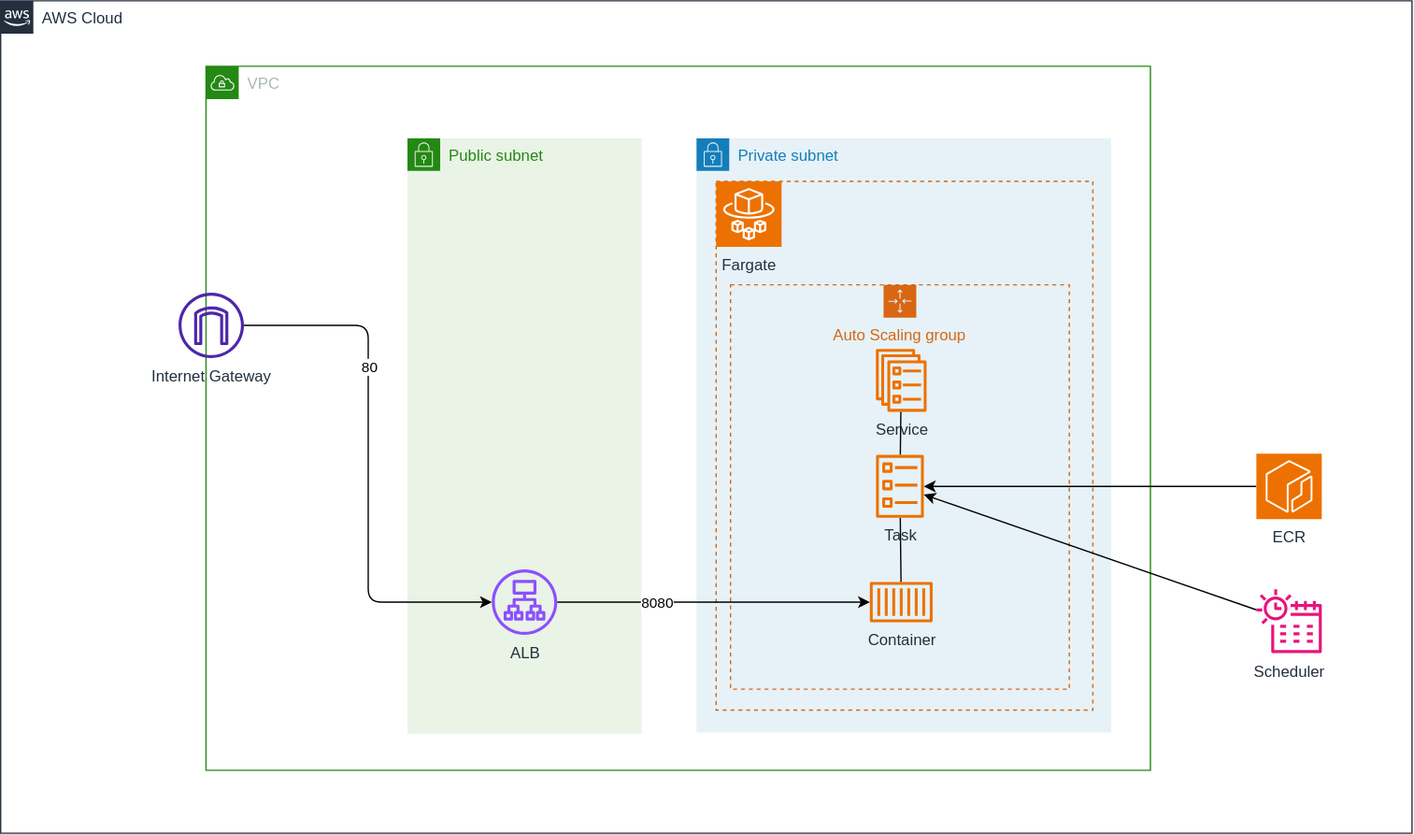
Earlier version of the draw.io export infrastructure/cdk-workspaces/workspaces/ecs-fargate-alb/overview.drawio.svg (ishiharatma/aws-cdk-reference-architectures). Source tidied: cells renumbered, new cells last; positions are measured from the earlier drawing's top-left corner, leaving out a move shared by most shapes.
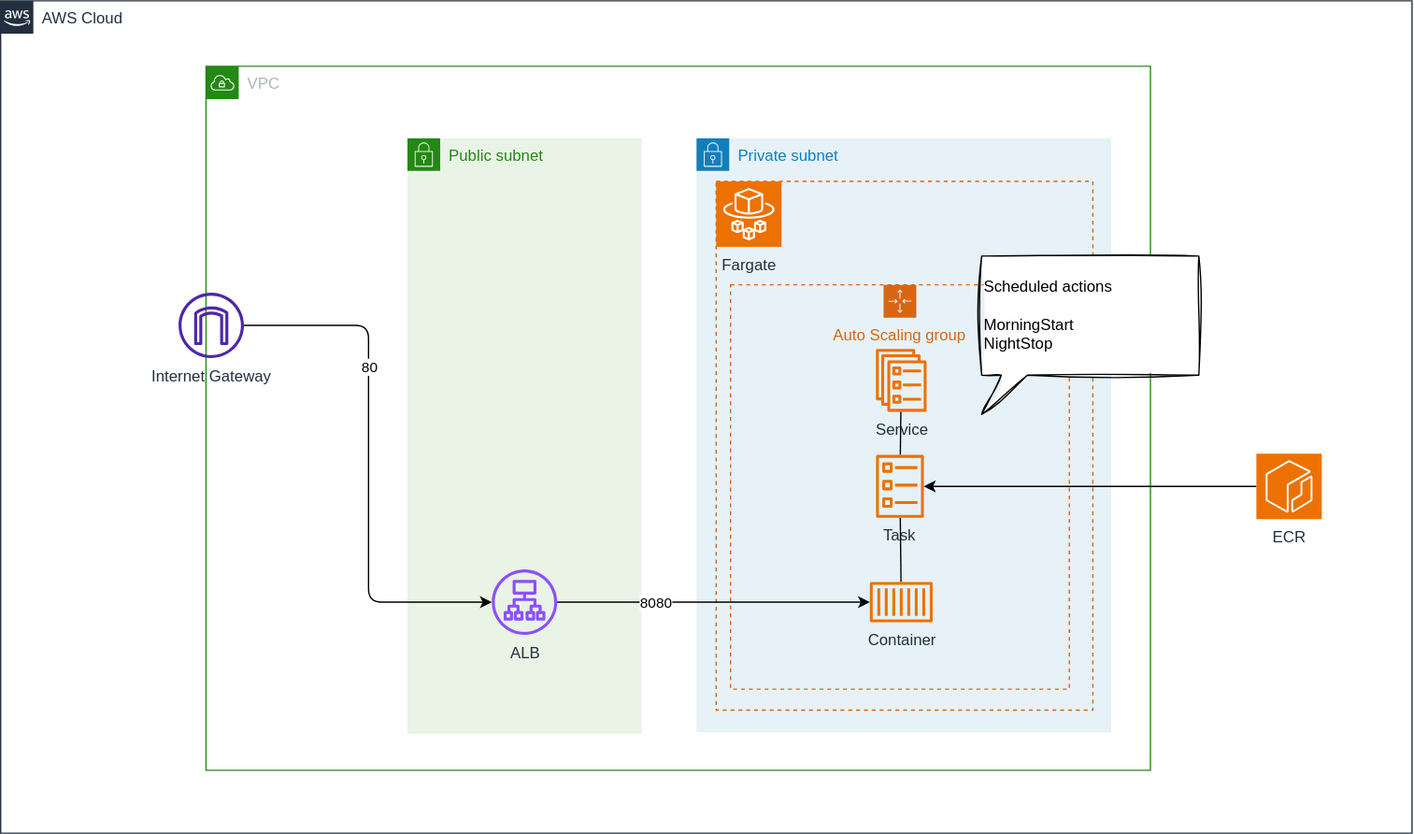
After the change.

What changed in the source:
```diff
@@ -62,11 +62,8 @@
     <mxCell id="21" value="ECR" style="sketch=0;points=[[0,0,0],[0.25,0,0],[0.5,0,0],[0.75,0,0],[1,0,0],[0,1,0],[0.25,1,0],[0.5,1,0],[0.75,1,0],[1,1,0],[0,0.25,0],[0,0.5,0],[0,0.75,0],[1,0.25,0],[1,0.5,0],[1,0.75,0]];outlineConnect=0;fontColor=#232F3E;fillColor=#ED7100;strokeColor=#ffffff;dashed=0;verticalLabelPosition=bottom;verticalAlign=top;align=center;html=1;fontSize=12;fontStyle=0;shape=mxgraph.aws4.resourceIcon;resIcon=mxgraph.aws4.ecr;" parent="2" vertex="1">
       <mxGeometry x="960" y="346" width="50" height="50" as="geometry" />
     </mxCell>
-    <mxCell id="22" style="edgeStyle=none;html=1;" parent="2" edge="1" source="23" target="11">
-      <mxGeometry relative="1" as="geometry" />
-    </mxCell>
-    <mxCell id="23" value="Scheduler" style="sketch=0;outlineConnect=0;fontColor=#232F3E;gradientColor=none;fillColor=#E7157B;strokeColor=none;dashed=0;verticalLabelPosition=bottom;verticalAlign=top;align=center;html=1;fontSize=12;fontStyle=0;shape=mxgraph.aws4.eventbridge_scheduler;" parent="2" vertex="1">
-      <mxGeometry x="960" y="449" width="50" height="50" as="geometry" />
-    </mxCell>
+    <mxCell id="24" value="&lt;div&gt;&lt;font color=&quot;#000000&quot;&gt;Scheduled actions&lt;/font&gt;&lt;/div&gt;&lt;div&gt;&lt;font color=&quot;#000000&quot;&gt;&lt;br&gt;&lt;/font&gt;&lt;/div&gt;&lt;div&gt;&lt;font color=&quot;#000000&quot;&gt;MorningStart&lt;/font&gt;&lt;/div&gt;&lt;div&gt;&lt;font color=&quot;#000000&quot;&gt;NightStop&lt;/font&gt;&lt;/div&gt;" style="shape=callout;whiteSpace=wrap;html=1;perimeter=calloutPerimeter;size=30;position=0.09;position2=0;align=left;sketch=1;curveFitting=1;jiggle=2;" parent="2" vertex="1">
+      <mxGeometry x="750" y="195" width="166" height="121" as="geometry" />
+    </mxCell>
   </root>
 </mxGraphModel>
```
